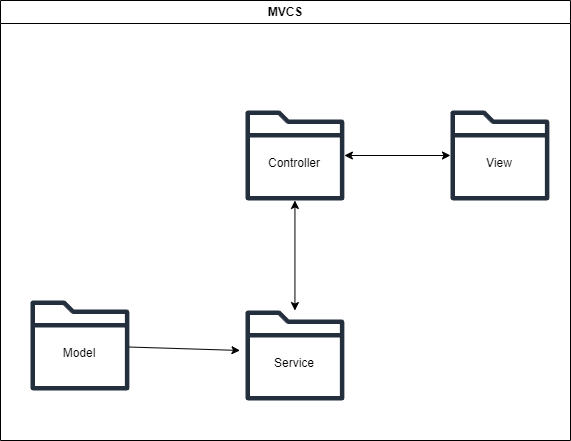
Earlier version of the draw.io export MVCS.drawio.png (Incsoftware95/IntroPython). Source tidied: cells renumbered, new cells last; positions are measured from the earlier drawing's top-left corner, leaving out a move shared by most shapes.
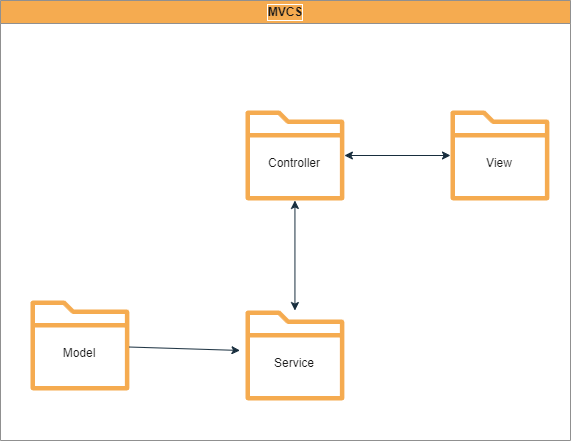
After the change.

The edit, as a diff of the source:
```diff
@@ -1,53 +1,53 @@
-<mxGraphModel>
+<mxGraphModel background="#FFFFFF">
   <root>
     <mxCell id="0" />
     <mxCell id="1" parent="0" />
-    <mxCell id="2" value="MVCS" style="swimlane;whiteSpace=wrap;html=1;swimlaneFillColor=none;labelBackgroundColor=default;" parent="1" vertex="1">
+    <mxCell id="2" value="MVCS" style="swimlane;whiteSpace=wrap;html=1;swimlaneFillColor=none;labelBackgroundColor=none;labelBorderColor=#FFFFFF;fillColor=#F5AB50;strokeColor=#909090;fontColor=#1A1A1A;" parent="1" vertex="1">
       <mxGeometry width="570" height="440" as="geometry" />
     </mxCell>
-    <mxCell id="3" style="group;" parent="2" vertex="1">
+    <mxCell id="3" style="group;labelBackgroundColor=none;fontColor=#1A1A1A;" parent="2" vertex="1">
       <mxGeometry x="30" y="300" width="98.9" height="90" as="geometry" />
     </mxCell>
-    <mxCell id="4" style="sketch=0;outlineConnect=0;fontColor=#232F3E;gradientColor=none;fillColor=#232F3D;strokeColor=none;dashed=0;verticalLabelPosition=bottom;verticalAlign=top;align=center;html=1;fontSize=12;fontStyle=0;shape=mxgraph.aws4.folder;" parent="3" vertex="1">
+    <mxCell id="4" style="sketch=0;outlineConnect=0;fontColor=#1A1A1A;fillColor=#F5AB50;strokeColor=none;dashed=0;verticalLabelPosition=bottom;verticalAlign=top;align=center;html=1;fontSize=12;fontStyle=0;shape=mxgraph.aws4.folder;labelBackgroundColor=none;" parent="3" vertex="1">
       <mxGeometry width="98.9" height="90" as="geometry" />
     </mxCell>
-    <mxCell id="5" value="Model" style="text;html=1;strokeColor=none;fillColor=none;align=center;verticalAlign=middle;whiteSpace=wrap;rounded=0;" parent="3" vertex="1">
+    <mxCell id="5" value="Model" style="text;html=1;strokeColor=none;fillColor=none;align=center;verticalAlign=middle;whiteSpace=wrap;rounded=0;labelBackgroundColor=none;fontColor=#1A1A1A;" parent="3" vertex="1">
       <mxGeometry x="19.4" y="37.8" width="60" height="30" as="geometry" />
     </mxCell>
-    <mxCell id="6" style="group;" parent="2" vertex="1">
+    <mxCell id="6" style="group;labelBackgroundColor=none;fontColor=#1A1A1A;" parent="2" vertex="1">
       <mxGeometry x="450" y="110" width="98.9" height="90" as="geometry" />
     </mxCell>
-    <mxCell id="7" style="sketch=0;outlineConnect=0;fontColor=#232F3E;gradientColor=none;fillColor=#232F3D;strokeColor=none;dashed=0;verticalLabelPosition=bottom;verticalAlign=top;align=center;html=1;fontSize=12;fontStyle=0;shape=mxgraph.aws4.folder;" parent="6" vertex="1">
+    <mxCell id="7" style="sketch=0;outlineConnect=0;fontColor=#1A1A1A;fillColor=#F5AB50;strokeColor=none;dashed=0;verticalLabelPosition=bottom;verticalAlign=top;align=center;html=1;fontSize=12;fontStyle=0;shape=mxgraph.aws4.folder;labelBackgroundColor=none;" parent="6" vertex="1">
       <mxGeometry width="98.9" height="90" as="geometry" />
     </mxCell>
-    <mxCell id="8" value="View" style="text;html=1;strokeColor=none;fillColor=none;align=center;verticalAlign=middle;whiteSpace=wrap;rounded=0;" parent="6" vertex="1">
+    <mxCell id="8" value="View" style="text;html=1;strokeColor=none;fillColor=none;align=center;verticalAlign=middle;whiteSpace=wrap;rounded=0;labelBackgroundColor=none;fontColor=#1A1A1A;" parent="6" vertex="1">
       <mxGeometry x="19.4" y="37.8" width="60" height="30" as="geometry" />
     </mxCell>
-    <mxCell id="9" style="group;" parent="2" vertex="1">
+    <mxCell id="9" style="group;labelBackgroundColor=none;fontColor=#1A1A1A;" parent="2" vertex="1">
       <mxGeometry x="245" y="310" width="98.9" height="90" as="geometry" />
     </mxCell>
-    <mxCell id="10" style="sketch=0;outlineConnect=0;fontColor=#232F3E;gradientColor=none;fillColor=#232F3D;strokeColor=none;dashed=0;verticalLabelPosition=bottom;verticalAlign=top;align=center;html=1;fontSize=12;fontStyle=0;shape=mxgraph.aws4.folder;" parent="9" vertex="1">
+    <mxCell id="10" style="sketch=0;outlineConnect=0;fontColor=#1A1A1A;fillColor=#F5AB50;strokeColor=none;dashed=0;verticalLabelPosition=bottom;verticalAlign=top;align=center;html=1;fontSize=12;fontStyle=0;shape=mxgraph.aws4.folder;labelBackgroundColor=none;" parent="9" vertex="1">
       <mxGeometry width="98.9" height="90" as="geometry" />
     </mxCell>
-    <mxCell id="11" value="Service" style="text;html=1;strokeColor=none;fillColor=none;align=center;verticalAlign=middle;whiteSpace=wrap;rounded=0;" parent="9" vertex="1">
+    <mxCell id="11" value="Service" style="text;html=1;strokeColor=none;fillColor=none;align=center;verticalAlign=middle;whiteSpace=wrap;rounded=0;labelBackgroundColor=none;fontColor=#1A1A1A;" parent="9" vertex="1">
       <mxGeometry x="19.4" y="37.8" width="60" height="30" as="geometry" />
     </mxCell>
-    <mxCell id="12" style="group;" parent="2" vertex="1">
+    <mxCell id="12" style="group;labelBackgroundColor=none;fontColor=#1A1A1A;" parent="2" vertex="1">
       <mxGeometry x="245" y="110" width="98.9" height="90" as="geometry" />
     </mxCell>
-    <mxCell id="13" style="sketch=0;outlineConnect=0;fontColor=#232F3E;gradientColor=none;fillColor=#232F3D;strokeColor=none;dashed=0;verticalLabelPosition=bottom;verticalAlign=top;align=center;html=1;fontSize=12;fontStyle=0;shape=mxgraph.aws4.folder;" parent="12" vertex="1">
+    <mxCell id="13" style="sketch=0;outlineConnect=0;fontColor=#1A1A1A;fillColor=#F5AB50;strokeColor=none;dashed=0;verticalLabelPosition=bottom;verticalAlign=top;align=center;html=1;fontSize=12;fontStyle=0;shape=mxgraph.aws4.folder;labelBackgroundColor=none;" parent="12" vertex="1">
       <mxGeometry width="98.9" height="90" as="geometry" />
     </mxCell>
-    <mxCell id="14" value="Controller" style="text;html=1;strokeColor=none;fillColor=none;align=center;verticalAlign=middle;whiteSpace=wrap;rounded=0;" parent="12" vertex="1">
+    <mxCell id="14" value="Controller" style="text;html=1;strokeColor=none;fillColor=none;align=center;verticalAlign=middle;whiteSpace=wrap;rounded=0;labelBackgroundColor=none;fontColor=#1A1A1A;" parent="12" vertex="1">
       <mxGeometry x="19.4" y="37.8" width="60" height="30" as="geometry" />
     </mxCell>
-    <mxCell id="15" style="endArrow=classic;html=1;rounded=0;entryX=-0.056;entryY=0.444;entryDx=0;entryDy=0;entryPerimeter=0;" parent="2" edge="1" source="4" target="10">
+    <mxCell id="15" style="endArrow=classic;html=1;rounded=0;entryX=-0.056;entryY=0.444;entryDx=0;entryDy=0;entryPerimeter=0;labelBackgroundColor=none;strokeColor=#182E3E;fontColor=default;" parent="2" edge="1" source="4" target="10">
       <mxGeometry relative="1" as="geometry" />
     </mxCell>
-    <mxCell id="16" style="endArrow=classic;startArrow=classic;html=1;rounded=0;" parent="2" edge="1" source="10" target="13">
+    <mxCell id="16" style="endArrow=classic;startArrow=classic;html=1;rounded=0;labelBackgroundColor=none;strokeColor=#182E3E;fontColor=default;" parent="2" edge="1" source="10" target="13">
       <mxGeometry relative="1" as="geometry" />
     </mxCell>
-    <mxCell id="17" style="endArrow=classic;startArrow=classic;html=1;rounded=0;" parent="2" edge="1" source="13" target="7">
+    <mxCell id="17" style="endArrow=classic;startArrow=classic;html=1;rounded=0;labelBackgroundColor=none;strokeColor=#182E3E;fontColor=default;" parent="2" edge="1" source="13" target="7">
       <mxGeometry relative="1" as="geometry" />
     </mxCell>
   </root>
```
